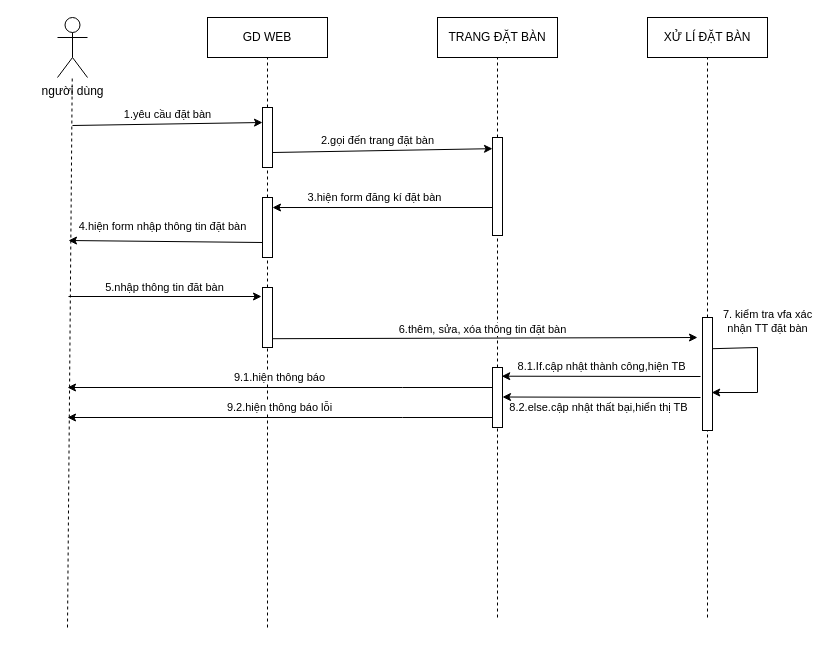
Before: page "giỏ hàng" (2 of 8) of sequnece.drawio in trucka312/diagram, a draw.io diagram. Source tidied: cells renumbered, new cells numbered last; positions are measured from the earlier drawing's top-left corner, leaving out a move shared by most shapes. Both pictures are drawn from the tidied source at 100%, with x=0, y=0 at pixel (57, 17).
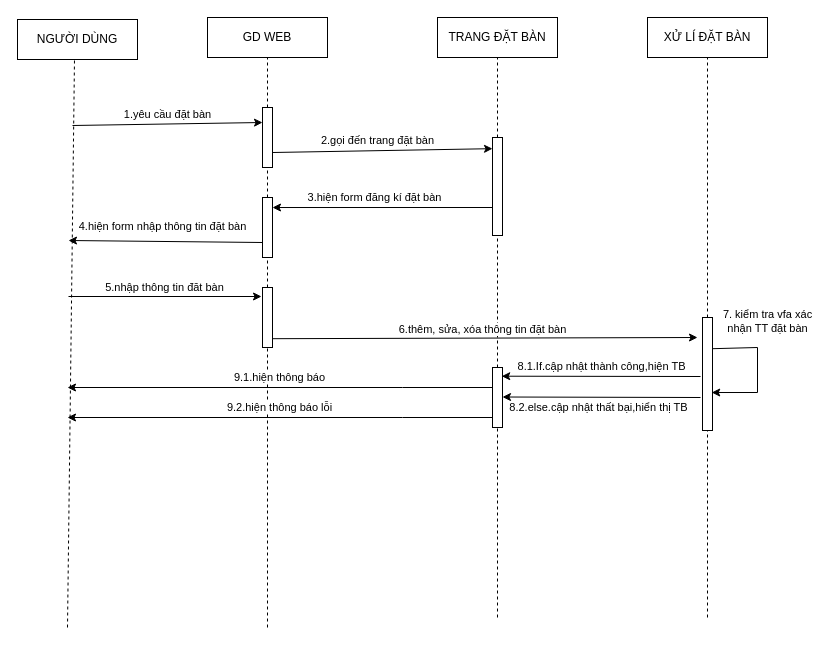
Above is the later version.

Change to the diagram source:
```diff
@@
-    <mxCell id="2" value="người dùng" style="shape=umlActor;verticalLabelPosition=bottom;verticalAlign=top;html=1;outlineConnect=0;" parent="1" vertex="1">
-      <mxGeometry width="30" height="60" as="geometry" />
-    </mxCell>
@@
-    <mxCell id="7" style="endArrow=none;dashed=1;html=1;rounded=0;" parent="1" edge="1" target="2">
+    <mxCell id="7" style="endArrow=none;dashed=1;html=1;rounded=0;" parent="1" edge="1">
       <mxGeometry relative="1" as="geometry">
         <mxPoint x="10" y="610" as="sourcePoint" />
+        <mxPoint x="17" y="41" as="targetPoint" />
       </mxGeometry>
     </mxCell>
@@
+    <mxCell id="33" value="NGƯỜI DÙNG" style="rounded=0;whiteSpace=wrap;html=1;" parent="1" vertex="1">
+      <mxGeometry x="-40" y="2" width="120" height="40" as="geometry" />
+    </mxCell>
```
